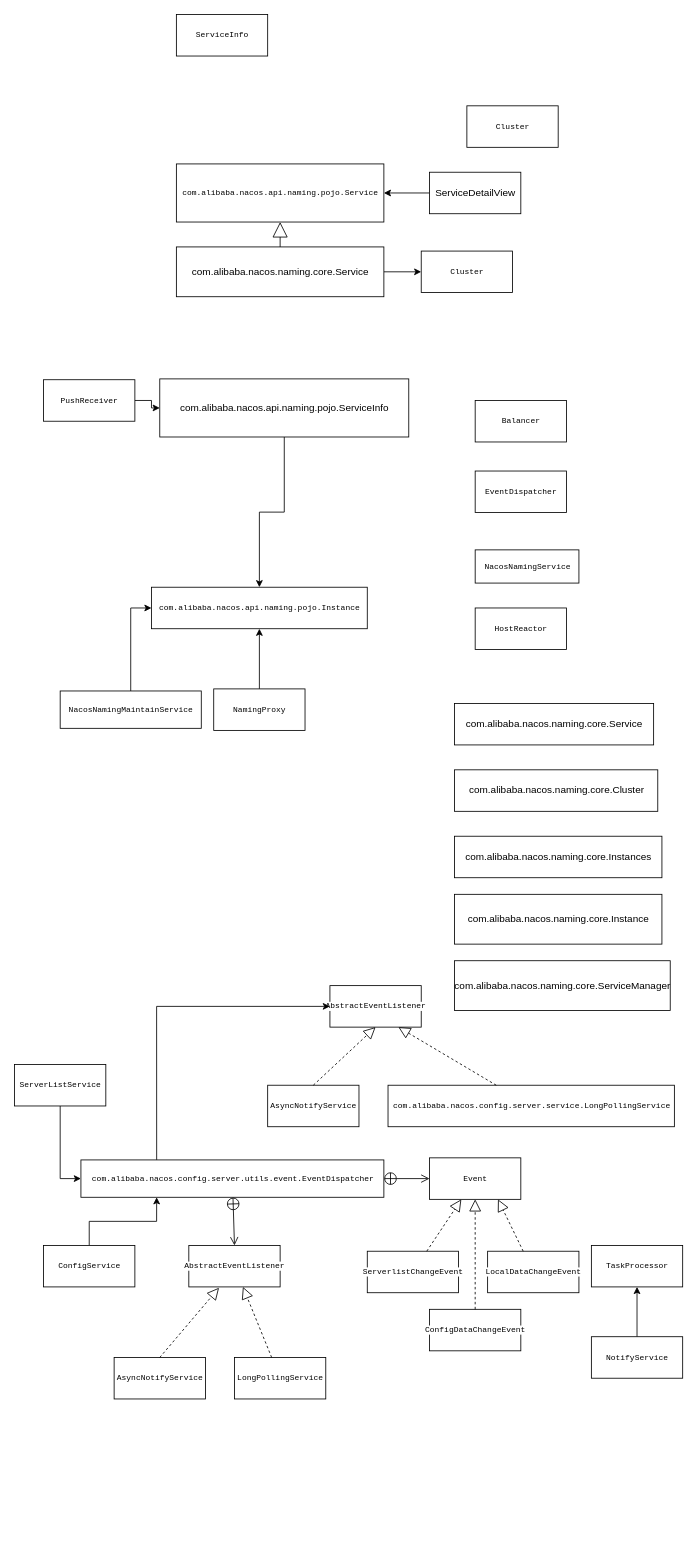
This is nacos.drawio from hellojd2018/ms_document, a draw.io file, before an edit. Source tidied: cells renumbered, new cells numbered last; positions are measured from the earlier drawing's top-left corner, leaving out a move shared by most shapes. Both pictures are drawn from the tidied source at 83%, with x=0, y=0 at pixel (14, 14).
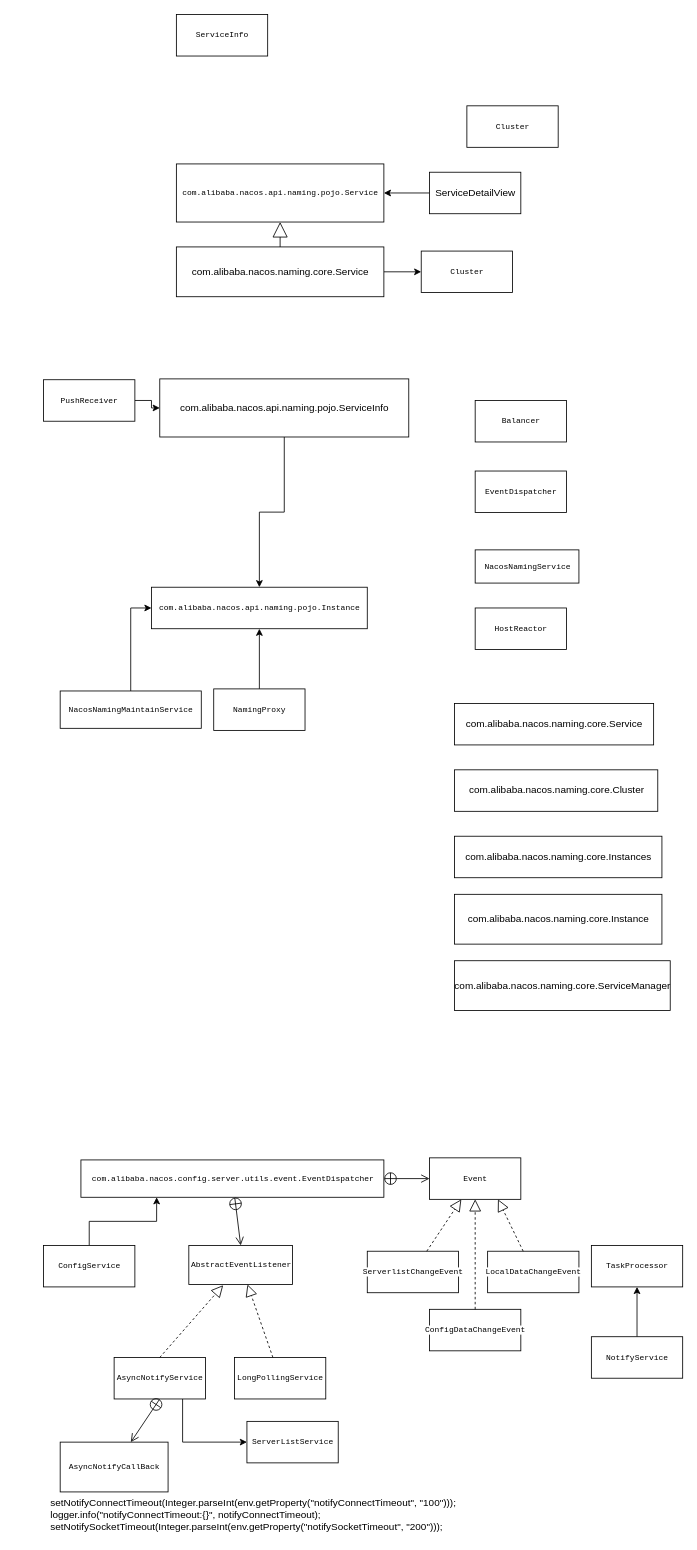
Above is the later version.

Unchanged cells that the change refers to:
```xml
<mxCell id="38" value="&lt;pre style=&quot;background-color: rgb(255 , 255 , 255) ; font-size: 7.2pt&quot;&gt;com.alibaba.nacos.config.server.utils.event.EventDispatcher&lt;/pre&gt;" style="html=1;" parent="1" vertex="1">
  <mxGeometry x="80" y="1380" width="365" height="45" as="geometry" />
</mxCell>
<mxCell id="49" value="&lt;pre style=&quot;background-color: rgb(255 , 255 , 255) ; font-size: 7.2pt&quot;&gt;AsyncNotifyService&lt;/pre&gt;" style="html=1;" parent="1" vertex="1">
  <mxGeometry x="120" y="1618" width="110" height="50" as="geometry" />
</mxCell>
```

The edit, as a diff of the source:
```diff
@@
-    <mxCell id="32" value="&lt;pre style=&quot;background-color: rgb(255 , 255 , 255) ; font-size: 7.2pt&quot;&gt;AbstractEventListener&lt;/pre&gt;" style="html=1;" parent="1" vertex="1">
-      <mxGeometry x="380" y="1170" width="110" height="50" as="geometry" />
-    </mxCell>
-    <mxCell id="33" value="&lt;pre style=&quot;background-color: rgb(255 , 255 , 255) ; font-size: 7.2pt&quot;&gt;AsyncNotifyService&lt;/pre&gt;" style="html=1;" parent="1" vertex="1">
-      <mxGeometry x="305" y="1290" width="110" height="50" as="geometry" />
-    </mxCell>
-    <mxCell id="34" style="endArrow=block;dashed=1;endFill=0;endSize=12;html=1;entryX=0.5;entryY=1;entryDx=0;entryDy=0;exitX=0.5;exitY=0;exitDx=0;exitDy=0;" parent="1" edge="1" source="33" target="32">
-      <mxGeometry relative="1" as="geometry" />
-    </mxCell>
-    <mxCell id="35" value="&lt;pre style=&quot;background-color: rgb(255 , 255 , 255) ; font-size: 7.2pt&quot;&gt;com.alibaba.nacos.config.server.service.LongPollingService&lt;/pre&gt;" style="html=1;" parent="1" vertex="1">
-      <mxGeometry x="450" y="1290" width="345" height="50" as="geometry" />
-    </mxCell>
-    <mxCell id="36" style="endArrow=block;dashed=1;endFill=0;endSize=12;html=1;entryX=0.75;entryY=1;entryDx=0;entryDy=0;" parent="1" edge="1" source="35" target="32">
-      <mxGeometry relative="1" as="geometry" />
-    </mxCell>
-    <mxCell id="37" style="edgeStyle=orthogonalEdgeStyle;rounded=0;jettySize=auto;html=1;exitX=0.25;exitY=0;exitDx=0;exitDy=0;entryX=0;entryY=0.5;entryDx=0;entryDy=0;" parent="1" edge="1" source="38" target="32">
-      <mxGeometry relative="1" as="geometry" />
-    </mxCell>
@@
     <mxCell id="47" value="&lt;pre style=&quot;background-color: rgb(255 , 255 , 255) ; font-size: 7.2pt&quot;&gt;AbstractEventListener&lt;/pre&gt;" style="html=1;" parent="1" vertex="1">
-      <mxGeometry x="210" y="1483" width="110" height="50" as="geometry" />
+      <mxGeometry x="210" y="1483" width="125" height="47" as="geometry" />
     </mxCell>
@@
+    <mxCell id="57" style="edgeStyle=orthogonalEdgeStyle;rounded=0;jettySize=auto;html=1;exitX=0.75;exitY=1;exitDx=0;exitDy=0;entryX=0;entryY=0.5;entryDx=0;entryDy=0;" parent="1" edge="1" source="49" target="56">
+      <mxGeometry relative="1" as="geometry" />
+    </mxCell>
@@
-    <mxCell id="55" style="edgeStyle=orthogonalEdgeStyle;rounded=0;jettySize=auto;html=1;exitX=0.5;exitY=1;exitDx=0;exitDy=0;entryX=0;entryY=0.5;entryDx=0;entryDy=0;" parent="1" edge="1" source="56" target="38">
-      <mxGeometry relative="1" as="geometry" />
-    </mxCell>
     <mxCell id="56" value="&lt;pre style=&quot;background-color: rgb(255 , 255 , 255) ; font-size: 7.2pt&quot;&gt;ServerListService&lt;/pre&gt;" style="html=1;" parent="1" vertex="1">
-      <mxGeometry y="1265" width="110" height="50" as="geometry" />
+      <mxGeometry x="280" y="1695" width="110" height="50" as="geometry" />
     </mxCell>
+    <mxCell id="58" value="&lt;pre style=&quot;background-color: rgb(255 , 255 , 255) ; font-size: 7.2pt&quot;&gt;AsyncNotifyCallBack&lt;/pre&gt;" style="html=1;" parent="1" vertex="1">
+      <mxGeometry x="55" y="1720" width="130" height="60" as="geometry" />
+    </mxCell>
+    <mxCell id="59" style="endArrow=open;startArrow=circlePlus;endFill=0;startFill=0;endSize=8;html=1;exitX=0.5;exitY=1;exitDx=0;exitDy=0;" parent="1" edge="1" source="49" target="58">
+      <mxGeometry relative="1" as="geometry" />
+    </mxCell>
+    <mxCell id="60" value="setNotifyConnectTimeout(Integer.parseInt(env.getProperty(&quot;notifyConnectTimeout&quot;, &quot;100&quot;)));&#10;logger.info(&quot;notifyConnectTimeout:{}&quot;, notifyConnectTimeout);&#10;setNotifySocketTimeout(Integer.parseInt(env.getProperty(&quot;notifySocketTimeout&quot;, &quot;200&quot;)));" style="text;strokeColor=none;fillColor=none;align=left;verticalAlign=top;spacingLeft=4;spacingRight=4;overflow=hidden;" parent="1" vertex="1">
+      <mxGeometry x="37.5" y="1780" width="580" height="50" as="geometry" />
+    </mxCell>
```
